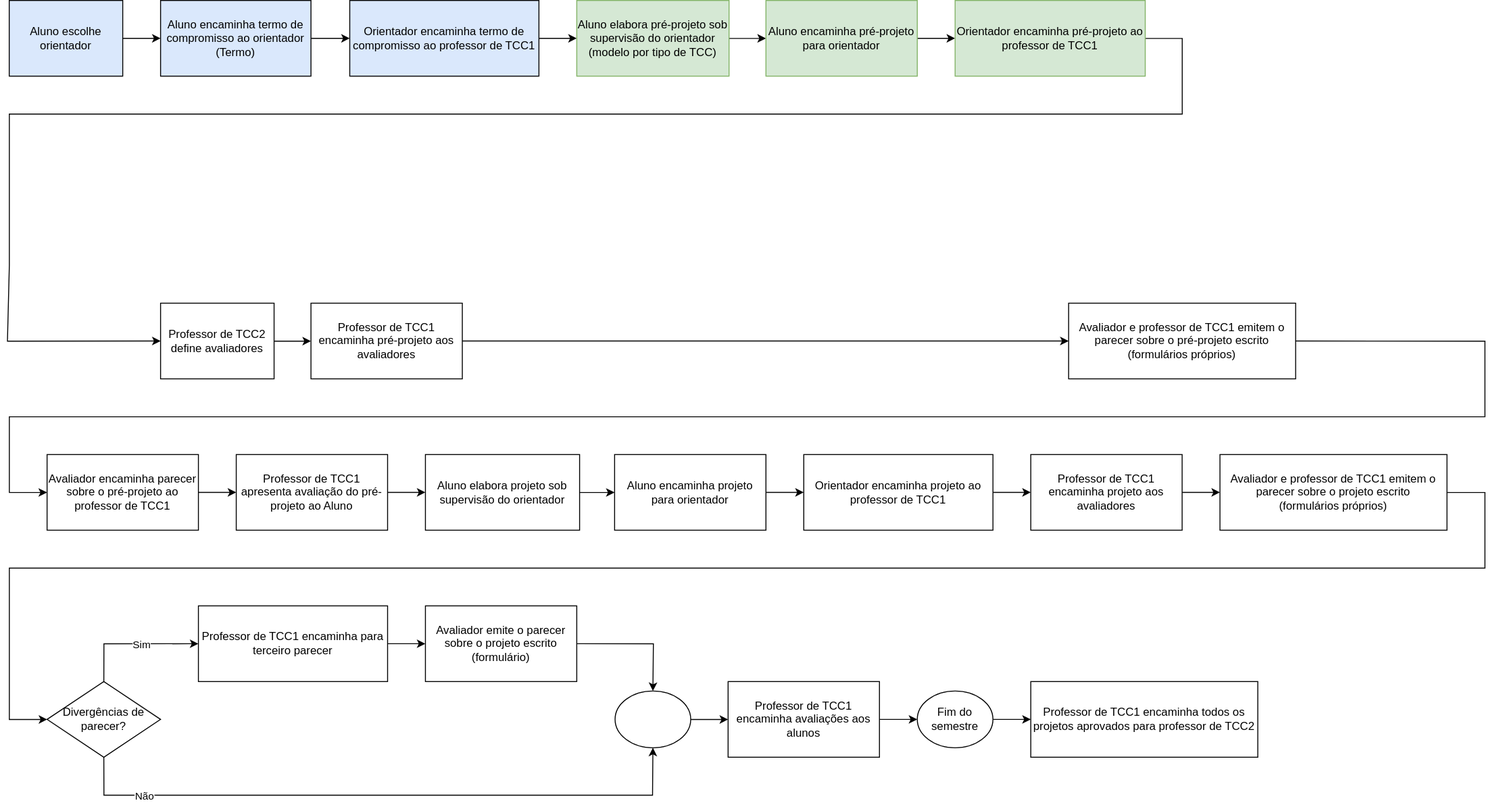
The draw.io diagram _SIS/Cronogramas/cronogramaFluxograma.drawio.svg in dalton-reis/disciplina_TCC1_Privado, before a commit. Source tidied: cells renumbered, new cells last; positions are measured from the earlier drawing's top-left corner, leaving out a move shared by most shapes.
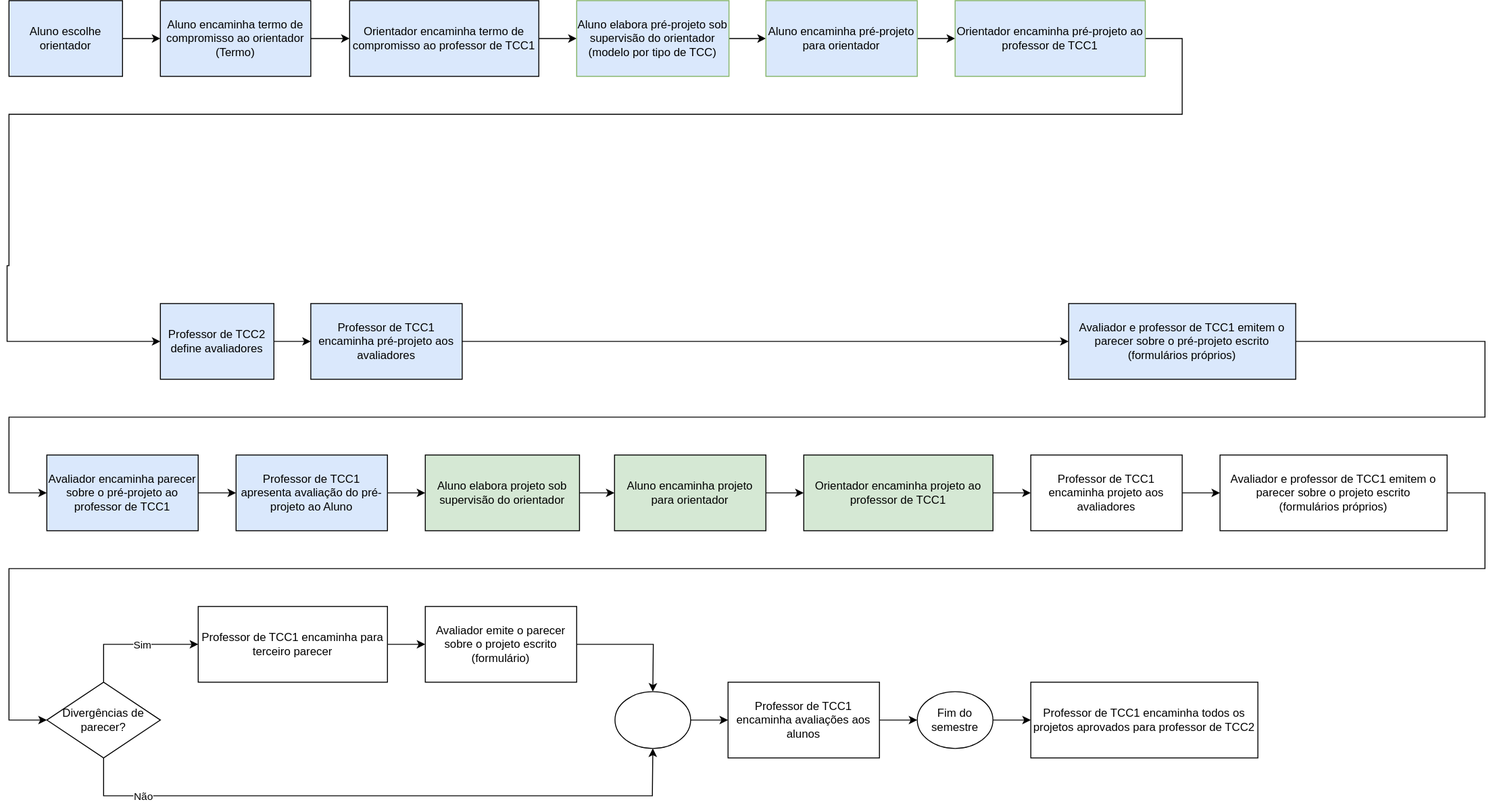
The same diagram one commit later.

Diff of the diagram source:
```diff
@@ -23,13 +23,13 @@
     <mxCell id="8" style="edgeStyle=orthogonalEdgeStyle;rounded=0;jettySize=auto;html=1;strokeColor=#000000;fontColor=#000000;fillColor=#dae8fc;" parent="1" edge="1" source="9" target="11">
       <mxGeometry relative="1" as="geometry" />
     </mxCell>
-    <mxCell id="9" value="Aluno elabora pré-projeto sob supervisão do orientador&lt;br&gt;(modelo por tipo de TCC)" style="whiteSpace=wrap;html=1;fillColor=#d5e8d4;strokeColor=#82b366;" parent="1" vertex="1">
+    <mxCell id="9" value="Aluno elabora pré-projeto sob supervisão do orientador&lt;br&gt;(modelo por tipo de TCC)" style="whiteSpace=wrap;html=1;fillColor=#dae8fc;strokeColor=#82b366;" parent="1" vertex="1">
       <mxGeometry x="602" width="161" height="80" as="geometry" />
     </mxCell>
     <mxCell id="10" style="edgeStyle=orthogonalEdgeStyle;rounded=0;jettySize=auto;html=1;fillColor=#d5e8d4;strokeColor=#000000;fontColor=#000000;" parent="1" edge="1" source="11" target="13">
       <mxGeometry relative="1" as="geometry" />
     </mxCell>
-    <mxCell id="11" value="Aluno encaminha pré-projeto para orientador" style="whiteSpace=wrap;html=1;fillColor=#d5e8d4;strokeColor=#82b366;" parent="1" vertex="1">
+    <mxCell id="11" value="Aluno encaminha pré-projeto para orientador" style="whiteSpace=wrap;html=1;fillColor=#dae8fc;strokeColor=#82b366;" parent="1" vertex="1">
       <mxGeometry x="802" width="160" height="80" as="geometry" />
     </mxCell>
     <mxCell id="12" style="edgeStyle=orthogonalEdgeStyle;rounded=0;jettySize=auto;html=1;fontColor=#000000;entryX=0;entryY=0.5;entryDx=0;entryDy=0;" parent="1" edge="1" source="13" target="15">
@@ -44,13 +44,13 @@
         </Array>
       </mxGeometry>
     </mxCell>
-    <mxCell id="13" value="Orientador encaminha pré-projeto ao professor de TCC1" style="whiteSpace=wrap;html=1;fillColor=#d5e8d4;strokeColor=#82b366;" parent="1" vertex="1">
+    <mxCell id="13" value="Orientador encaminha pré-projeto ao professor de TCC1" style="whiteSpace=wrap;html=1;fillColor=#dae8fc;strokeColor=#82b366;" parent="1" vertex="1">
       <mxGeometry x="1002" width="201" height="80" as="geometry" />
     </mxCell>
     <mxCell id="14" style="edgeStyle=orthogonalEdgeStyle;rounded=0;jettySize=auto;html=1;fillColor=#d5e8d4;strokeColor=default;fontColor=#000000;" parent="1" edge="1" source="15" target="18">
       <mxGeometry relative="1" as="geometry" />
     </mxCell>
-    <mxCell id="15" value="Professor de TCC2 define avaliadores" style="whiteSpace=wrap;html=1;fillColor=none;strokeColor=default;fontColor=#000000;" parent="1" vertex="1">
+    <mxCell id="15" value="Professor de TCC2 define avaliadores" style="whiteSpace=wrap;html=1;fillColor=#dae8fc;strokeColor=default;fontColor=#000000;" parent="1" vertex="1">
       <mxGeometry x="162" y="320" width="120" height="80" as="geometry" />
     </mxCell>
     <mxCell id="16" style="edgeStyle=orthogonalEdgeStyle;rounded=0;jettySize=auto;html=1;fontColor=#000000;exitX=1;exitY=0.5;exitDx=0;exitDy=0;" parent="1" edge="1" source="19" target="21">
@@ -66,40 +66,40 @@
     <mxCell id="17" style="edgeStyle=orthogonalEdgeStyle;rounded=0;jettySize=auto;html=1;fontColor=#000000;" parent="1" edge="1" source="18" target="19">
       <mxGeometry relative="1" as="geometry" />
     </mxCell>
-    <mxCell id="18" value="Professor de TCC1 encaminha pré-projeto aos avaliadores" style="whiteSpace=wrap;html=1;fillColor=none;strokeColor=default;fontColor=#000000;" parent="1" vertex="1">
+    <mxCell id="18" value="Professor de TCC1 encaminha pré-projeto aos avaliadores" style="whiteSpace=wrap;html=1;fillColor=#dae8fc;strokeColor=default;fontColor=#000000;" parent="1" vertex="1">
       <mxGeometry x="321" y="320" width="160" height="80" as="geometry" />
     </mxCell>
-    <mxCell id="19" value="Avaliador e professor de TCC1 emitem o parecer sobre o pré-projeto escrito&lt;br&gt;(formulários próprios)" style="whiteSpace=wrap;html=1;fillColor=none;strokeColor=default;fontColor=#000000;" parent="1" vertex="1">
+    <mxCell id="19" value="Avaliador e professor de TCC1 emitem o parecer sobre o pré-projeto escrito&lt;br&gt;(formulários próprios)" style="whiteSpace=wrap;html=1;fillColor=#dae8fc;strokeColor=default;fontColor=#000000;" parent="1" vertex="1">
       <mxGeometry x="1122" y="320" width="240" height="80" as="geometry" />
     </mxCell>
     <mxCell id="20" style="edgeStyle=orthogonalEdgeStyle;rounded=0;jettySize=auto;html=1;fontColor=#000000;" parent="1" edge="1" source="21" target="23">
       <mxGeometry relative="1" as="geometry" />
     </mxCell>
-    <mxCell id="21" value="Avaliador encaminha parecer sobre o pré-projeto ao professor de TCC1" style="whiteSpace=wrap;html=1;fillColor=none;strokeColor=default;fontColor=#000000;" parent="1" vertex="1">
+    <mxCell id="21" value="Avaliador encaminha parecer sobre o pré-projeto ao professor de TCC1" style="whiteSpace=wrap;html=1;fillColor=#dae8fc;strokeColor=default;fontColor=#000000;" parent="1" vertex="1">
       <mxGeometry x="42" y="480" width="160" height="80" as="geometry" />
     </mxCell>
     <mxCell id="22" style="edgeStyle=orthogonalEdgeStyle;rounded=0;jettySize=auto;html=1;fontColor=#000000;" parent="1" edge="1" source="23" target="25">
       <mxGeometry relative="1" as="geometry" />
     </mxCell>
-    <mxCell id="23" value="Professor de TCC1 apresenta avaliação do pré-projeto ao Aluno" style="whiteSpace=wrap;html=1;fillColor=none;strokeColor=default;fontColor=#000000;" parent="1" vertex="1">
+    <mxCell id="23" value="Professor de TCC1 apresenta avaliação do pré-projeto ao Aluno" style="whiteSpace=wrap;html=1;fillColor=#dae8fc;strokeColor=default;fontColor=#000000;" parent="1" vertex="1">
       <mxGeometry x="242" y="480" width="160" height="80" as="geometry" />
     </mxCell>
     <mxCell id="24" style="edgeStyle=orthogonalEdgeStyle;rounded=0;jettySize=auto;html=1;fontColor=#000000;" parent="1" edge="1" source="25" target="27">
       <mxGeometry relative="1" as="geometry" />
     </mxCell>
-    <mxCell id="25" value="Aluno elabora projeto sob supervisão do orientador" style="whiteSpace=wrap;html=1;fontColor=#000000;fillColor=none;" parent="1" vertex="1">
+    <mxCell id="25" value="Aluno elabora projeto sob supervisão do orientador" style="whiteSpace=wrap;html=1;fontColor=#000000;fillColor=#d5e8d4;" parent="1" vertex="1">
       <mxGeometry x="442" y="480" width="163" height="80" as="geometry" />
     </mxCell>
     <mxCell id="26" style="edgeStyle=orthogonalEdgeStyle;rounded=0;jettySize=auto;html=1;fontColor=#000000;" parent="1" edge="1" source="27" target="29">
       <mxGeometry relative="1" as="geometry" />
     </mxCell>
-    <mxCell id="27" value="Aluno encaminha projeto para orientador" style="whiteSpace=wrap;html=1;fontColor=#000000;" parent="1" vertex="1">
+    <mxCell id="27" value="Aluno encaminha projeto para orientador" style="whiteSpace=wrap;html=1;fontColor=#000000;fillColor=#d5e8d4;" parent="1" vertex="1">
       <mxGeometry x="642" y="480" width="160" height="80" as="geometry" />
     </mxCell>
     <mxCell id="28" style="edgeStyle=orthogonalEdgeStyle;rounded=0;jettySize=auto;html=1;fontColor=#000000;" parent="1" edge="1" source="29" target="31">
       <mxGeometry relative="1" as="geometry" />
     </mxCell>
-    <mxCell id="29" value="Orientador encaminha projeto ao professor de TCC1" style="whiteSpace=wrap;html=1;fontColor=#000000;" parent="1" vertex="1">
+    <mxCell id="29" value="Orientador encaminha projeto ao professor de TCC1" style="whiteSpace=wrap;html=1;fontColor=#000000;fillColor=#d5e8d4;" parent="1" vertex="1">
       <mxGeometry x="842" y="480" width="200" height="80" as="geometry" />
     </mxCell>
     <mxCell id="30" style="edgeStyle=orthogonalEdgeStyle;rounded=0;jettySize=auto;html=1;fontColor=#000000;" parent="1" edge="1" source="31" target="33">
```
